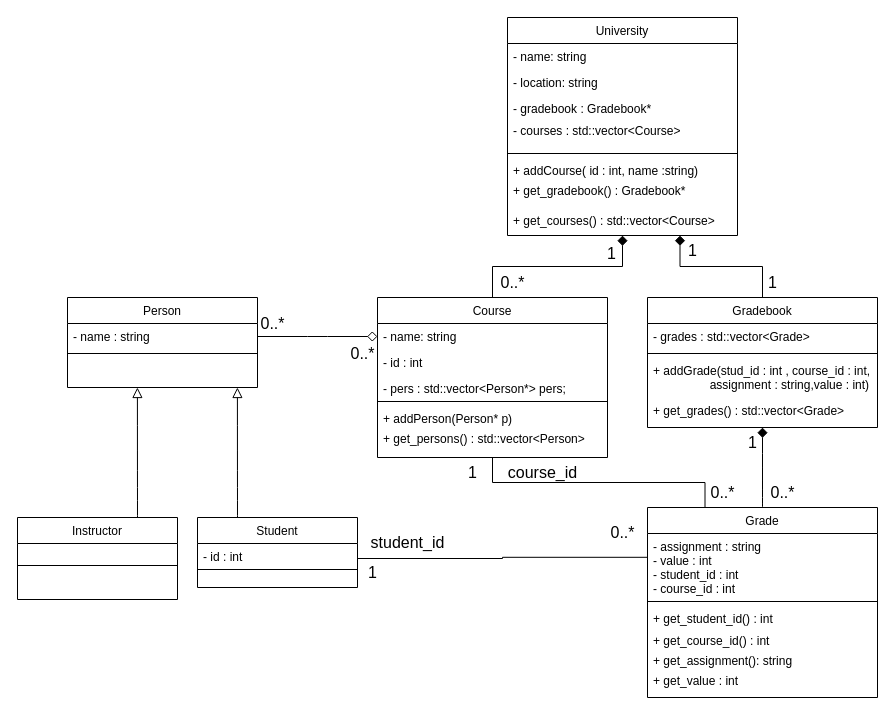
Before: Workshop8/new_diagram.drawio in nil123532/OOP-Changes, a draw.io diagram. Source tidied: cells renumbered, new cells numbered last; positions are measured from the earlier drawing's top-left corner, leaving out a move shared by most shapes. Both pictures are drawn from the tidied source at 100%, with x=0, y=0 at pixel (17, 17).
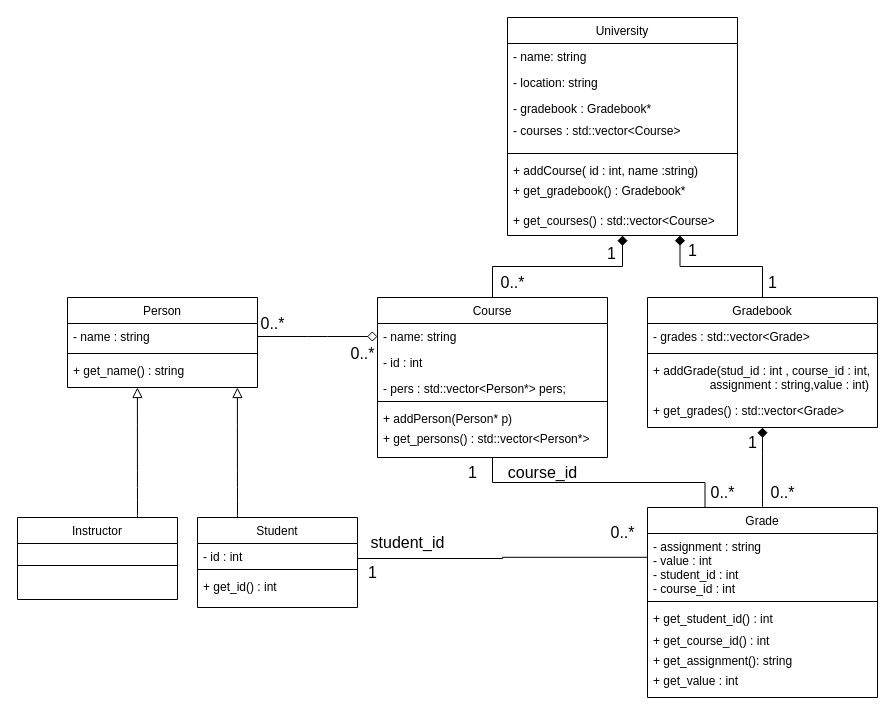
After the change.

Unchanged cells that the change refers to:
```xml
<mxCell id="17" value="Person" style="swimlane;fontStyle=0;align=center;verticalAlign=top;horizontal=1;startSize=26;rounded=0;shadow=0;strokeWidth=1;" parent="1" vertex="1">
  <mxGeometry x="50" y="280" width="190" height="90" as="geometry" />
</mxCell>
<mxCell id="24" value="Course" style="swimlane;fontStyle=0;align=center;verticalAlign=top;horizontal=1;startSize=26;rounded=0;shadow=0;strokeWidth=1;" parent="1" vertex="1">
  <mxGeometry x="360" y="280" width="230" height="160" as="geometry" />
</mxCell>
```

Change to the diagram source:
```diff
@@
     <mxCell id="14" value="Student" style="swimlane;fontStyle=0;align=center;verticalAlign=top;horizontal=1;startSize=26;rounded=0;shadow=0;strokeWidth=1;" parent="1" vertex="1">
-      <mxGeometry x="180" y="500" width="160" height="70" as="geometry" />
+      <mxGeometry x="180" y="500" width="160" height="90" as="geometry" />
     </mxCell>
@@
+    <mxCell id="60" value="+ get_id() : int" style="text;align=left;verticalAlign=top;spacingLeft=4;spacingRight=4;overflow=hidden;" parent="14" vertex="1">
+      <mxGeometry y="56" width="160" height="24" as="geometry" />
+    </mxCell>
@@
+    <mxCell id="61" value="+ get_name() : string" style="text;align=left;verticalAlign=top;spacingLeft=4;spacingRight=4;overflow=hidden;" parent="17" vertex="1">
+      <mxGeometry y="60" width="190" height="20" as="geometry" />
+    </mxCell>
@@
-    <mxCell id="30" value="+ get_persons() : std::vector&lt;Person&gt;" style="text;align=left;verticalAlign=top;spacingLeft=4;spacingRight=4;overflow=hidden;" parent="24" vertex="1">
+    <mxCell id="30" value="+ get_persons() : std::vector&lt;Person*&gt;" style="text;align=left;verticalAlign=top;spacingLeft=4;spacingRight=4;overflow=hidden;" parent="24" vertex="1">
       <mxGeometry y="128" width="230" height="30" as="geometry" />
     </mxCell>
```
